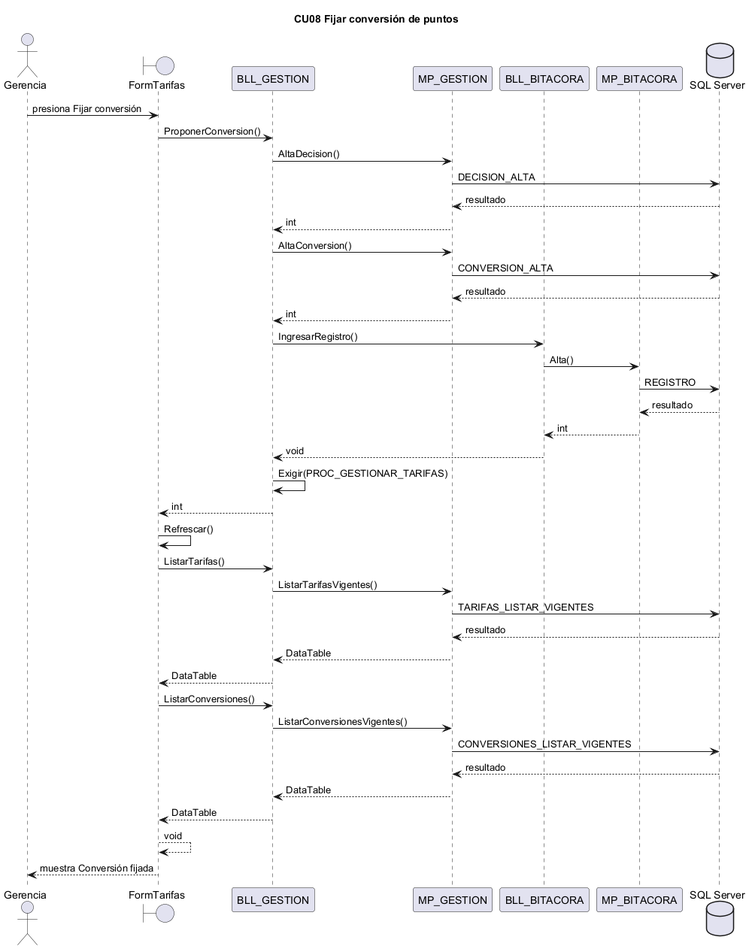
This is docs/diagramas/secuencias_png/CU08.png from L-Muniz/uai-diploma_2026, a PlantUML export, as it was before one commit.
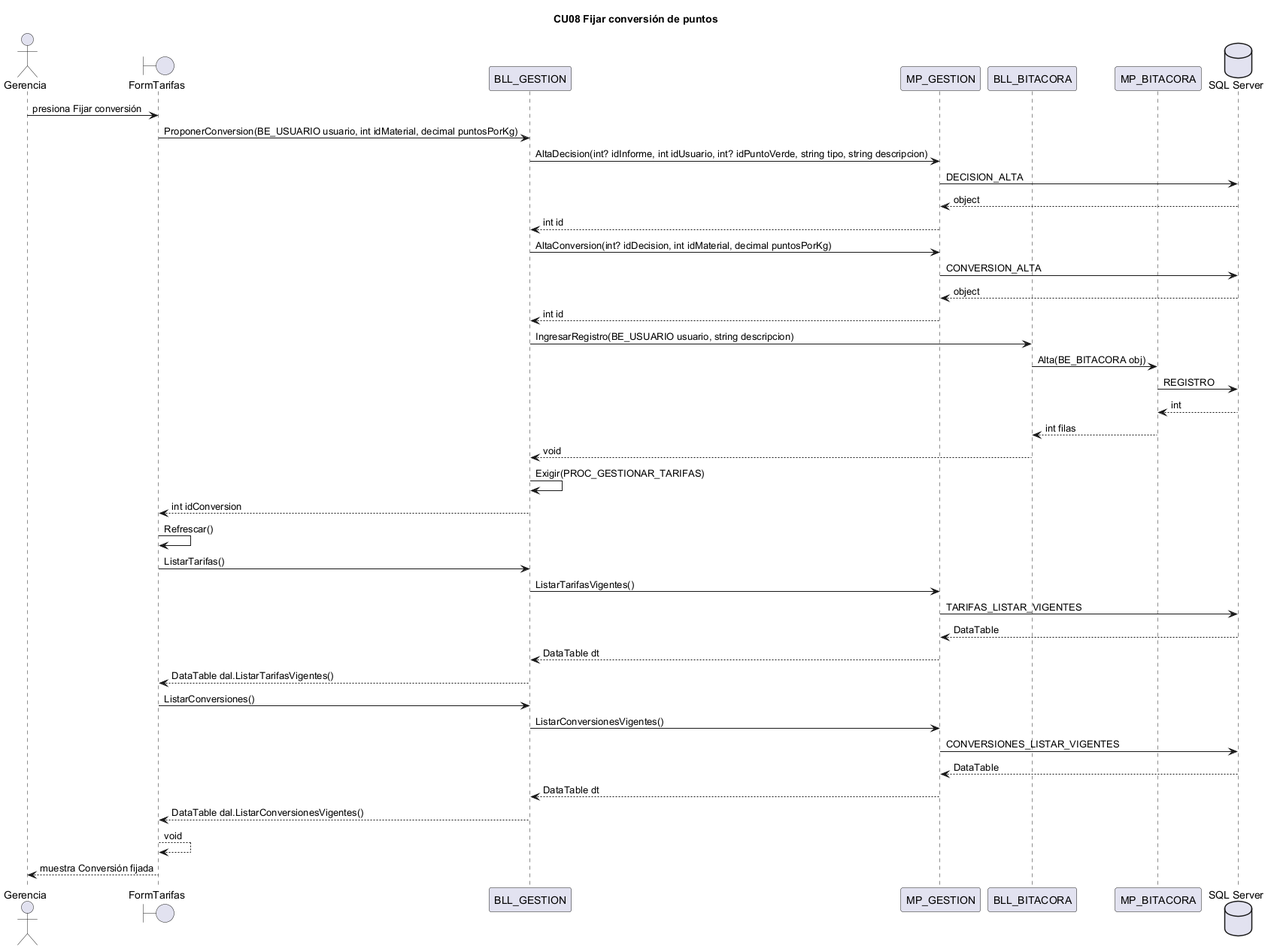
The same file after the commit.

What changed in the source:
```diff
@@ -8,36 +8,36 @@
 participant MP_BITACORA
 database "SQL Server" as BD
 ACT -> FormTarifas : presiona Fijar conversión
-FormTarifas -> BLL_GESTION : ProponerConversion()
-BLL_GESTION -> MP_GESTION : AltaDecision()
+FormTarifas -> BLL_GESTION : ProponerConversion(BE_USUARIO usuario, int idMaterial, decimal puntosPorKg)
+BLL_GESTION -> MP_GESTION : AltaDecision(int? idInforme, int idUsuario, int? idPuntoVerde, string tipo, string descripcion)
 MP_GESTION -> BD : DECISION_ALTA
-BD --> MP_GESTION : resultado
-MP_GESTION --> BLL_GESTION : int
-BLL_GESTION -> MP_GESTION : AltaConversion()
+BD --> MP_GESTION : object
+MP_GESTION --> BLL_GESTION : int id
+BLL_GESTION -> MP_GESTION : AltaConversion(int? idDecision, int idMaterial, decimal puntosPorKg)
 MP_GESTION -> BD : CONVERSION_ALTA
-BD --> MP_GESTION : resultado
-MP_GESTION --> BLL_GESTION : int
-BLL_GESTION -> BLL_BITACORA : IngresarRegistro()
-BLL_BITACORA -> MP_BITACORA : Alta()
+BD --> MP_GESTION : object
+MP_GESTION --> BLL_GESTION : int id
+BLL_GESTION -> BLL_BITACORA : IngresarRegistro(BE_USUARIO usuario, string descripcion)
+BLL_BITACORA -> MP_BITACORA : Alta(BE_BITACORA obj)
 MP_BITACORA -> BD : REGISTRO
-BD --> MP_BITACORA : resultado
-MP_BITACORA --> BLL_BITACORA : int
+BD --> MP_BITACORA : int
+MP_BITACORA --> BLL_BITACORA : int filas
 BLL_BITACORA --> BLL_GESTION : void
 BLL_GESTION -> BLL_GESTION : Exigir(PROC_GESTIONAR_TARIFAS)
-BLL_GESTION --> FormTarifas : int
+BLL_GESTION --> FormTarifas : int idConversion
 FormTarifas -> FormTarifas : Refrescar()
 FormTarifas -> BLL_GESTION : ListarTarifas()
 BLL_GESTION -> MP_GESTION : ListarTarifasVigentes()
 MP_GESTION -> BD : TARIFAS_LISTAR_VIGENTES
-BD --> MP_GESTION : resultado
-MP_GESTION --> BLL_GESTION : DataTable
-BLL_GESTION --> FormTarifas : DataTable
+BD --> MP_GESTION : DataTable
+MP_GESTION --> BLL_GESTION : DataTable dt
+BLL_GESTION --> FormTarifas : DataTable dal.ListarTarifasVigentes()
 FormTarifas -> BLL_GESTION : ListarConversiones()
 BLL_GESTION -> MP_GESTION : ListarConversionesVigentes()
 MP_GESTION -> BD : CONVERSIONES_LISTAR_VIGENTES
-BD --> MP_GESTION : resultado
-MP_GESTION --> BLL_GESTION : DataTable
-BLL_GESTION --> FormTarifas : DataTable
+BD --> MP_GESTION : DataTable
+MP_GESTION --> BLL_GESTION : DataTable dt
+BLL_GESTION --> FormTarifas : DataTable dal.ListarConversionesVigentes()
 FormTarifas --> FormTarifas : void
 FormTarifas --> ACT : muestra Conversión fijada
 @enduml
```
